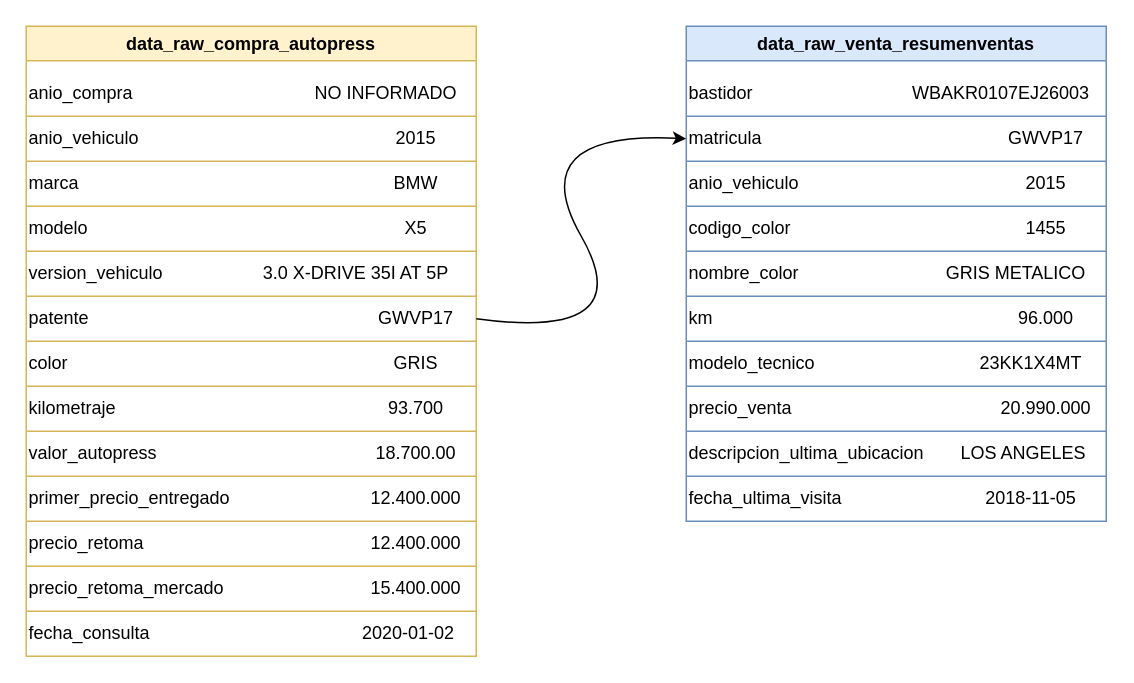
Above: Untitled Diagram.drawio in CrisLeaf/certificates (draw.io), before the change. Source tidied: cells renumbered, new cells numbered last; positions are measured from the earlier drawing's top-left corner, leaving out a move shared by most shapes. Both pictures are drawn from the tidied source at 150%, with x=0, y=0 at pixel (26, 26).
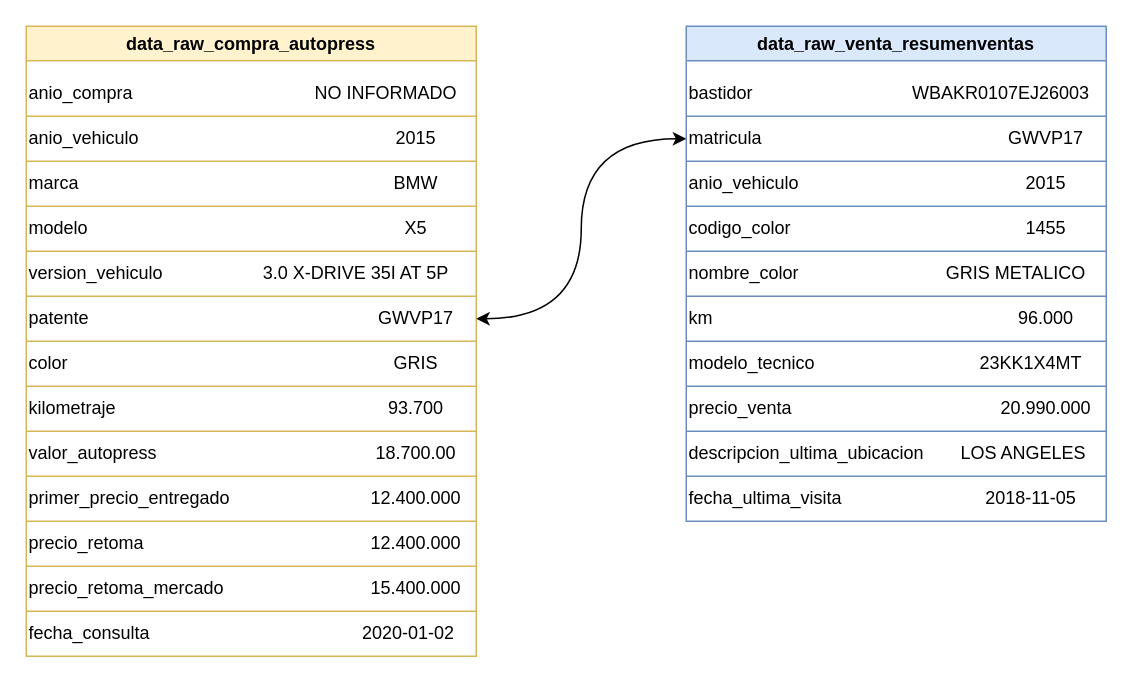
After the change.

The change refers to these unchanged cells:
```xml
<mxCell id="21" value="GWVP17" style="text;html=1;strokeColor=none;fillColor=none;align=center;verticalAlign=middle;whiteSpace=wrap;rounded=0;" parent="2" vertex="1">
  <mxGeometry x="220" y="180" width="80" height="30" as="geometry" />
</mxCell>
<mxCell id="32" value="matricula" style="text;html=1;strokeColor=none;fillColor=none;align=left;verticalAlign=middle;whiteSpace=wrap;rounded=0;" parent="30" vertex="1">
  <mxGeometry y="60" width="120" height="30" as="geometry" />
</mxCell>
```

What changed in the source:
```diff
@@
-    <mxCell id="71" style="curved=1;endArrow=classic;html=1;rounded=0;entryX=0;entryY=0.5;entryDx=0;entryDy=0;exitX=1;exitY=0.5;exitDx=0;exitDy=0;" parent="1" edge="1" source="21" target="32">
-      <mxGeometry relative="1" as="geometry">
-        <Array as="points">
-          <mxPoint x="410" y="210" />
-          <mxPoint x="330" y="70" />
-        </Array>
-      </mxGeometry>
+    <mxCell id="71" style="endArrow=classic;startArrow=classic;html=1;rounded=0;exitX=1;exitY=0.5;exitDx=0;exitDy=0;entryX=0;entryY=0.5;entryDx=0;entryDy=0;edgeStyle=orthogonalEdgeStyle;curved=1;" parent="1" edge="1" source="21" target="32">
+      <mxGeometry relative="1" as="geometry" />
     </mxCell>
```
